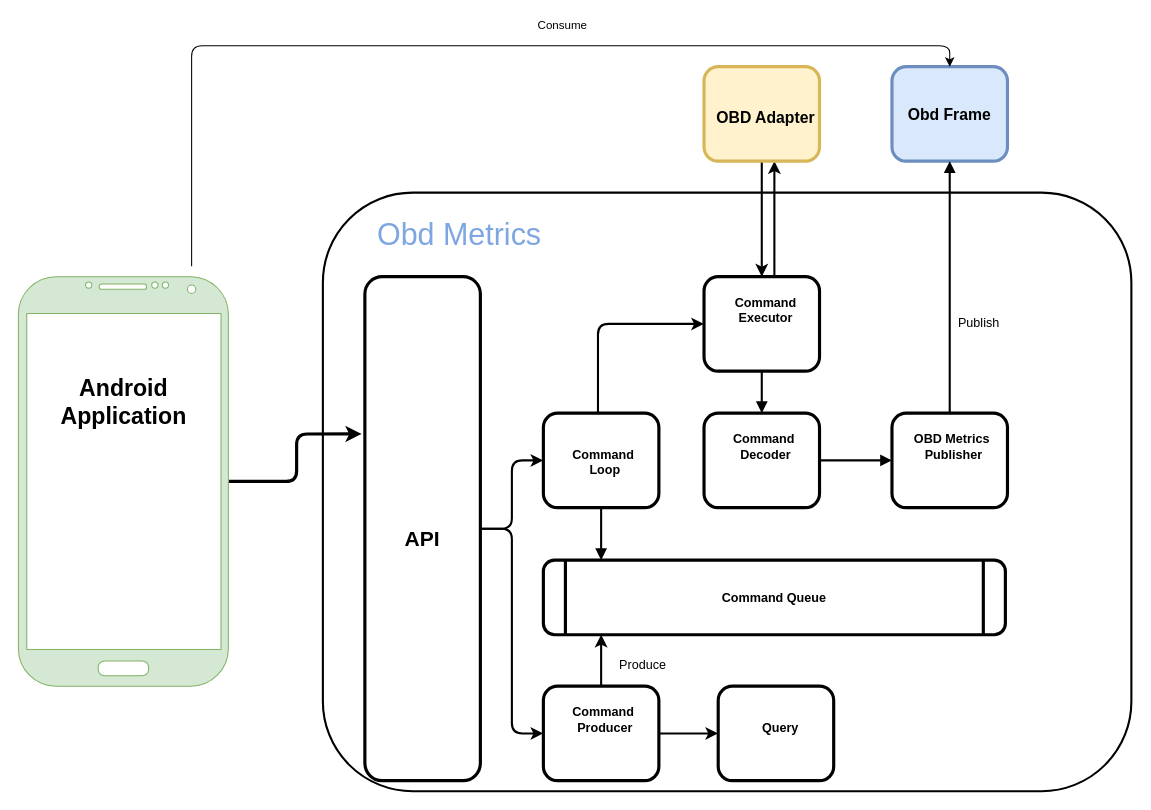
Above: src/main/resources/highlevel.drawio in tzebrowski/ObdMetrics (draw.io), before the change. Source tidied: cells renumbered, new cells numbered last; positions are measured from the earlier drawing's top-left corner, leaving out a move shared by most shapes. Both pictures are drawn from the tidied source at 105%, with x=0, y=0 at pixel (18, 45).
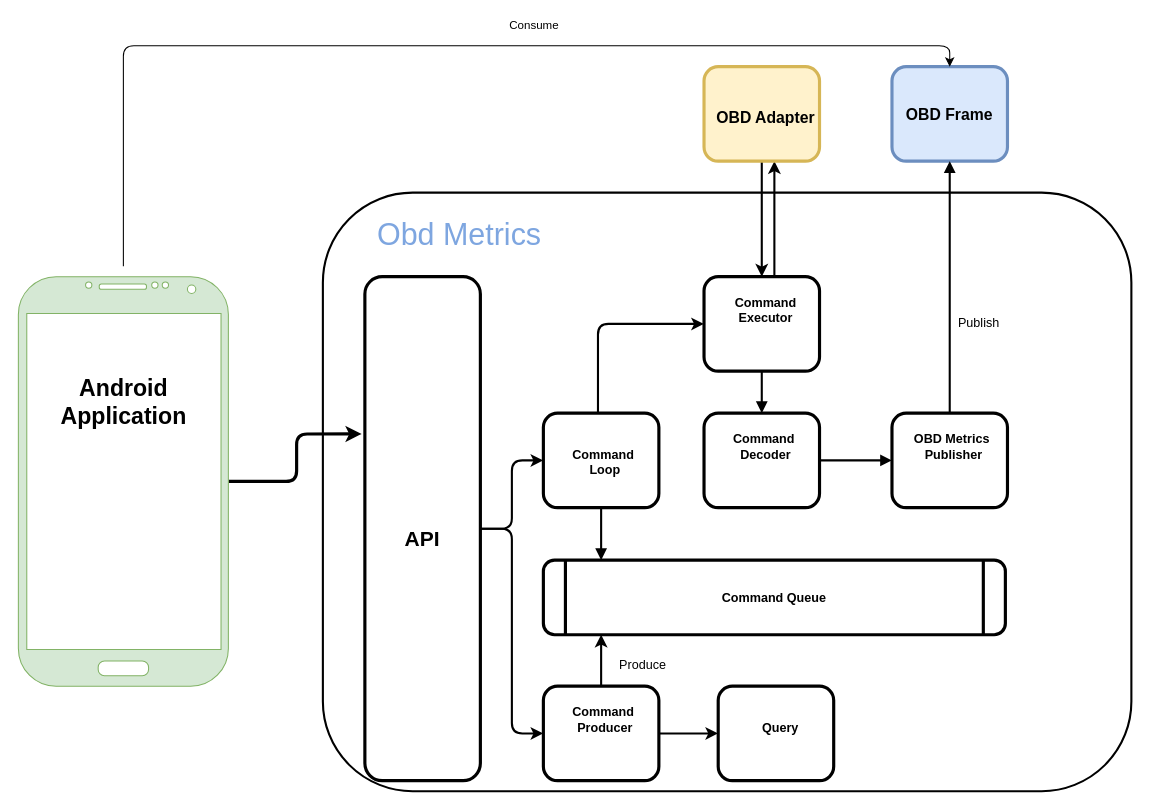
After the change.

Diff of the diagram source:
```diff
@@
-    <mxCell id="3" value="Obd Frame" style="whiteSpace=wrap;align=center;verticalAlign=middle;fontStyle=1;strokeWidth=3;fillColor=#dae8fc;strokeColor=#6c8ebf;labelBorderColor=none;labelBackgroundColor=none;rounded=1;fontSize=15;" parent="1" vertex="1">
+    <mxCell id="3" value="OBD Frame" style="whiteSpace=wrap;align=center;verticalAlign=middle;fontStyle=1;strokeWidth=3;fillColor=#dae8fc;strokeColor=#6c8ebf;labelBorderColor=none;labelBackgroundColor=none;rounded=1;fontSize=15;" parent="1" vertex="1">
       <mxGeometry x="832" y="20" width="110" height="90" as="geometry" />
     </mxCell>
@@
     <mxCell id="26" style="edgeStyle=orthogonalEdgeStyle;curved=0;rounded=1;sketch=0;jettySize=auto;html=1;entryX=0.5;entryY=0;entryDx=0;entryDy=0;" parent="1" edge="1" target="3">
       <mxGeometry relative="1" as="geometry">
-        <mxPoint x="165" y="210" as="sourcePoint" />
+        <mxPoint x="100" y="210" as="sourcePoint" />
         <Array as="points">
-          <mxPoint x="165" />
+          <mxPoint x="100" y="210" />
+          <mxPoint x="100" />
           <mxPoint x="887" />
         </Array>
       </mxGeometry>
     </mxCell>
```
